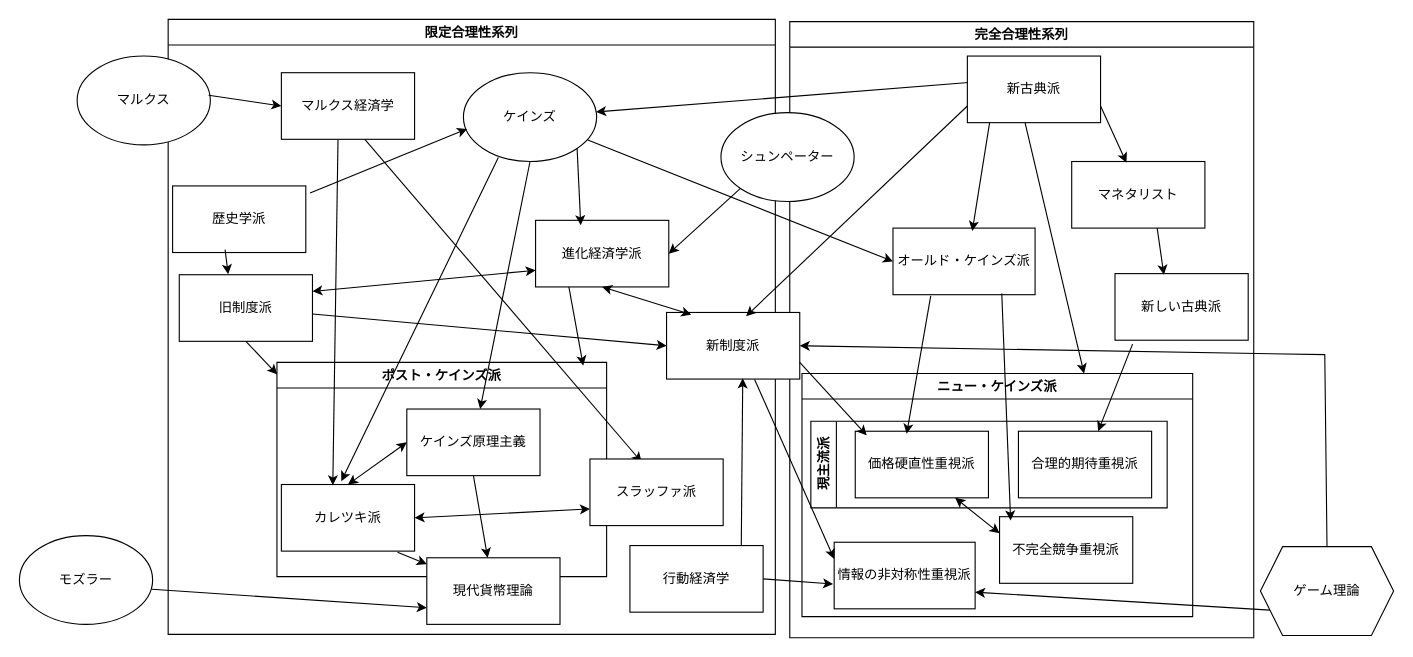
Before: 名称未設定ファイル.drawio in rokaboNatttsu/diagrams, a draw.io diagram. Source tidied: cells renumbered, new cells numbered last; positions are measured from the earlier drawing's top-left corner, leaving out a move shared by most shapes. Both pictures are drawn from the tidied source at 111%, with x=0, y=0 at pixel (19, 19).
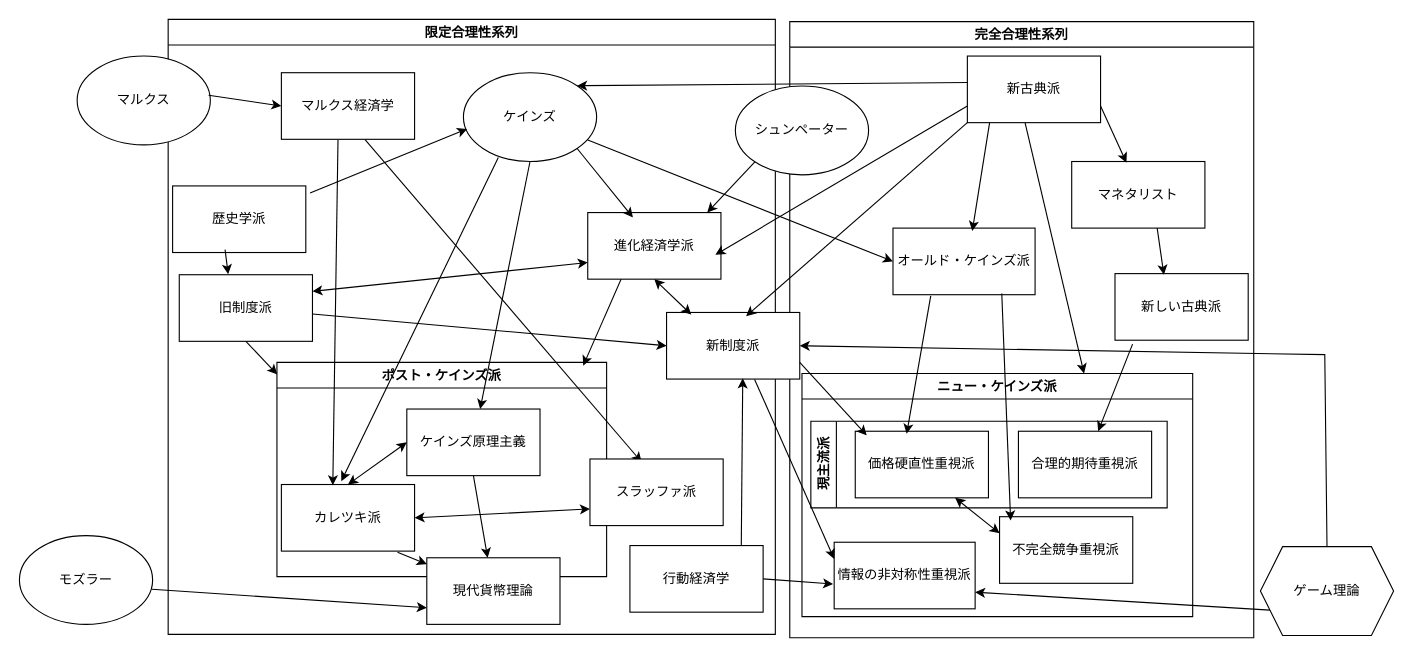
Above is the later version.

Commit message:
名称未設定ファイル.drawio を更新します

Unchanged cells that the change refers to:
```xml
<mxCell id="6" value="限定合理性系列" style="swimlane;whiteSpace=wrap;html=1;" parent="1" vertex="1">
  <mxGeometry x="134" width="547" height="554" as="geometry" />
</mxCell>
<mxCell id="9" value="旧制度派" style="rounded=0;whiteSpace=wrap;html=1;" parent="6" vertex="1">
  <mxGeometry x="10" y="230" width="120" height="60" as="geometry" />
</mxCell>
<mxCell id="12" value="ケインズ" style="ellipse;whiteSpace=wrap;html=1;" parent="1" vertex="1">
  <mxGeometry x="400" y="48" width="120" height="80" as="geometry" />
</mxCell>
<mxCell id="15" value="完全合理性系列" style="swimlane;whiteSpace=wrap;html=1;" parent="1" vertex="1">
  <mxGeometry x="694" y="2" width="418" height="555" as="geometry" />
</mxCell>
<mxCell id="28" value="新制度派" style="rounded=0;whiteSpace=wrap;html=1;" parent="15" vertex="1">
  <mxGeometry x="-111" y="262" width="120" height="60" as="geometry" />
</mxCell>
<mxCell id="64" value="新古典派" style="rounded=0;whiteSpace=wrap;html=1;" parent="1" vertex="1">
  <mxGeometry x="854" y="33" width="120" height="60" as="geometry" />
</mxCell>
```

What changed in the source:
```diff
@@
+    <mxCell id="13" value="進化経済学派" style="rounded=0;whiteSpace=wrap;html=1;" parent="6" vertex="1">
+      <mxGeometry x="378" y="174" width="120" height="60" as="geometry" />
+    </mxCell>
+    <mxCell id="55" style="endArrow=classic;startArrow=classic;html=1;rounded=0;entryX=0;entryY=0.75;entryDx=0;entryDy=0;exitX=1;exitY=0.25;exitDx=0;exitDy=0;" parent="6" edge="1" source="9" target="13">
+      <mxGeometry relative="1" as="geometry" />
+    </mxCell>
+    <mxCell id="67" style="endArrow=classic;html=1;rounded=0;exitX=0;exitY=0.75;exitDx=0;exitDy=0;" parent="6" edge="1" source="64">
+      <mxGeometry relative="1" as="geometry">
+        <mxPoint x="493" y="212" as="targetPoint" />
+      </mxGeometry>
+    </mxCell>
@@
-    <mxCell id="13" value="進化経済学派" style="rounded=0;whiteSpace=wrap;html=1;" parent="1" vertex="1">
-      <mxGeometry x="465" y="181" width="120" height="60" as="geometry" />
-    </mxCell>
@@
     <mxCell id="27" value="シュンペーター" style="ellipse;whiteSpace=wrap;html=1;" parent="15" vertex="1">
-      <mxGeometry x="-62" y="82" width="120" height="80" as="geometry" />
+      <mxGeometry x="-49" y="58" width="120" height="80" as="geometry" />
     </mxCell>
@@
-    <mxCell id="38" style="endArrow=classic;html=1;rounded=0;exitX=0;exitY=0.75;exitDx=0;exitDy=0;entryX=0.597;entryY=0.056;entryDx=0;entryDy=0;entryPerimeter=0;" parent="1" edge="1" source="64" target="28">
+    <mxCell id="38" style="endArrow=classic;html=1;rounded=0;exitX=0;exitY=1;exitDx=0;exitDy=0;entryX=0.597;entryY=0.056;entryDx=0;entryDy=0;entryPerimeter=0;" parent="1" edge="1" source="64" target="28">
       <mxGeometry relative="1" as="geometry" />
     </mxCell>
@@
-    <mxCell id="41" style="endArrow=classic;html=1;rounded=0;exitX=0;exitY=1;exitDx=0;exitDy=0;entryX=1;entryY=0.5;entryDx=0;entryDy=0;" parent="1" edge="1" source="27" target="13">
+    <mxCell id="41" style="endArrow=classic;html=1;rounded=0;exitX=0;exitY=1;exitDx=0;exitDy=0;entryX=0.897;entryY=0;entryDx=0;entryDy=0;entryPerimeter=0;" parent="1" edge="1" source="27" target="13">
       <mxGeometry relative="1" as="geometry" />
     </mxCell>
-    <mxCell id="42" style="endArrow=classic;html=1;rounded=0;exitX=0.01;exitY=0.398;exitDx=0;exitDy=0;exitPerimeter=0;" parent="1" edge="1" source="64" target="12">
+    <mxCell id="42" style="endArrow=classic;html=1;rounded=0;exitX=0.01;exitY=0.398;exitDx=0;exitDy=0;exitPerimeter=0;entryX=1;entryY=0;entryDx=0;entryDy=0;" parent="1" edge="1" source="64" target="12">
       <mxGeometry relative="1" as="geometry" />
     </mxCell>
@@
-    <mxCell id="55" style="endArrow=classic;startArrow=classic;html=1;rounded=0;entryX=0;entryY=0.75;entryDx=0;entryDy=0;exitX=1;exitY=0.25;exitDx=0;exitDy=0;" parent="1" edge="1" source="9" target="13">
-      <mxGeometry relative="1" as="geometry" />
-    </mxCell>
```
